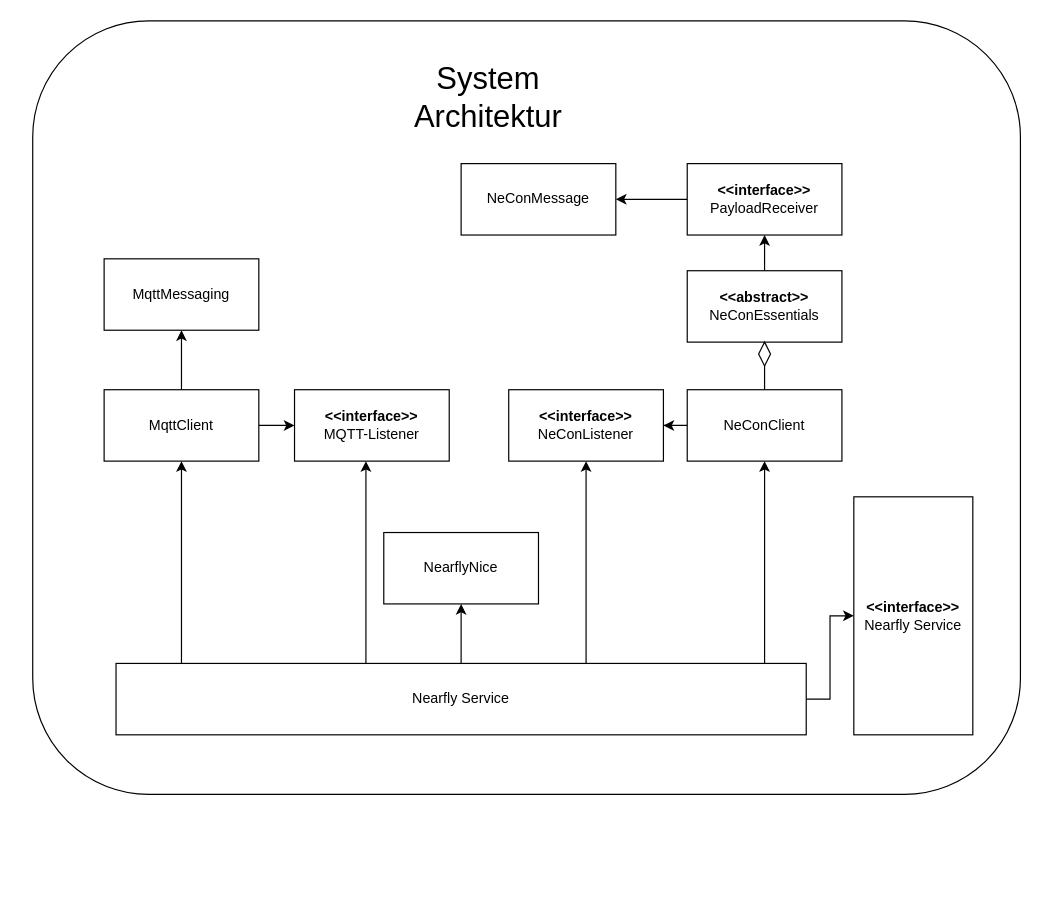
This is Diagramme/Systemarchitecture2.drawio from zettime/Nearfly-Android, a draw.io file, before an edit. Source tidied: cells renumbered, new cells numbered last; positions are measured from the earlier drawing's top-left corner, leaving out a move shared by most shapes. Both pictures are drawn from the tidied source at 119%, with x=0, y=0 at pixel (32, 20).
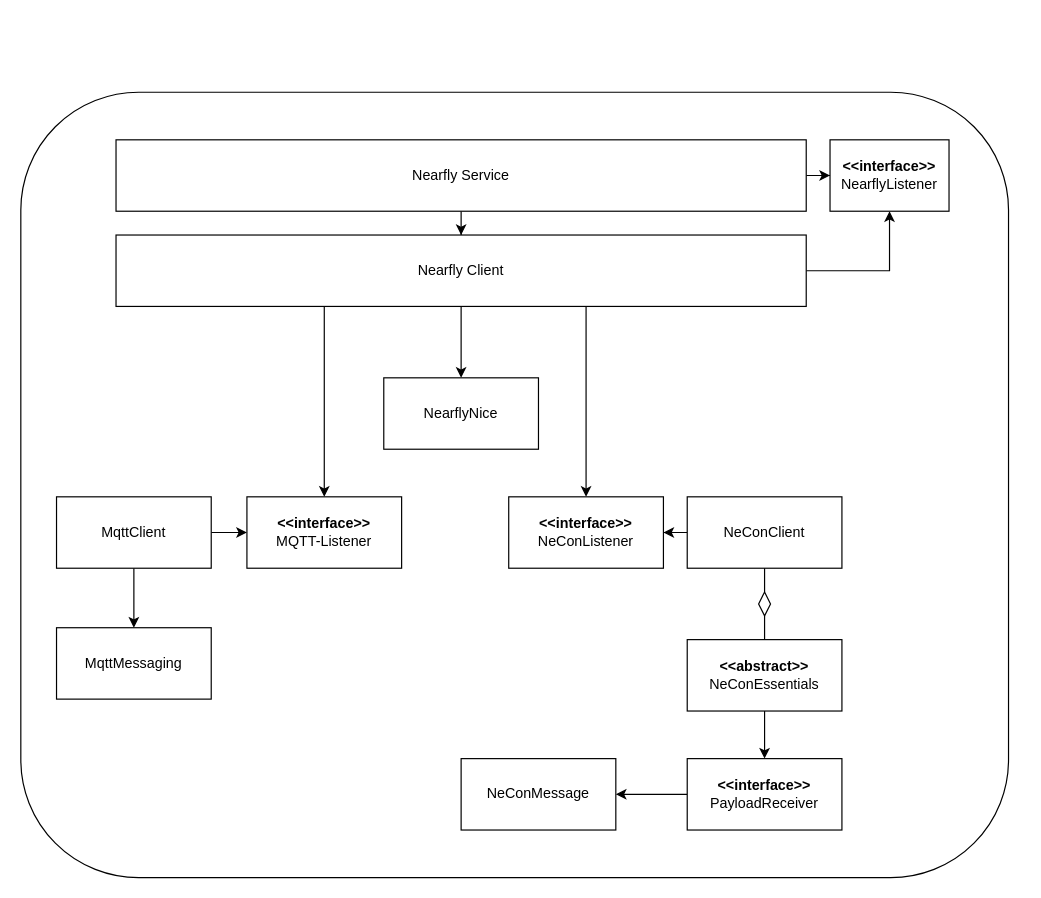
After the change.

What changed in the source:
```diff
@@
     <mxCell id="2" style="rounded=1;whiteSpace=wrap;html=1;" parent="1" vertex="1">
-      <mxGeometry width="830" height="650" as="geometry" />
+      <mxGeometry x="-10" y="60" width="830" height="660" as="geometry" />
     </mxCell>
-    <mxCell id="3" style="edgeStyle=orthogonalEdgeStyle;rounded=0;jettySize=auto;html=1;" parent="1" edge="1" source="9" target="13">
-      <mxGeometry relative="1" as="geometry">
-        <Array as="points">
-          <mxPoint x="125" y="480" />
-          <mxPoint x="125" y="480" />
-        </Array>
-      </mxGeometry>
-    </mxCell>
-    <mxCell id="4" style="edgeStyle=orthogonalEdgeStyle;rounded=0;jettySize=auto;html=1;" parent="1" edge="1" source="9" target="18">
-      <mxGeometry relative="1" as="geometry">
-        <Array as="points">
-          <mxPoint x="615" y="450" />
-          <mxPoint x="615" y="450" />
-        </Array>
-      </mxGeometry>
+    <mxCell id="4" style="edgeStyle=orthogonalEdgeStyle;rounded=0;orthogonalLoop=1;jettySize=auto;html=1;exitX=0.5;exitY=1;exitDx=0;exitDy=0;" parent="1" edge="1" source="18" target="18">
+      <mxGeometry relative="1" as="geometry" />
     </mxCell>
-    <mxCell id="5" style="edgeStyle=orthogonalEdgeStyle;rounded=0;jettySize=auto;html=1;" parent="1" edge="1" source="9" target="15">
-      <mxGeometry relative="1" as="geometry">
-        <Array as="points">
-          <mxPoint x="465" y="470" />
-          <mxPoint x="465" y="470" />
-        </Array>
-      </mxGeometry>
-    </mxCell>
-    <mxCell id="6" style="edgeStyle=orthogonalEdgeStyle;rounded=0;jettySize=auto;html=1;" parent="1" edge="1" source="9" target="10">
-      <mxGeometry relative="1" as="geometry">
-        <Array as="points">
-          <mxPoint x="280" y="480" />
-          <mxPoint x="280" y="480" />
-        </Array>
-      </mxGeometry>
-    </mxCell>
@@
+    <mxCell id="6" style="edgeStyle=orthogonalEdgeStyle;rounded=0;jettySize=auto;html=1;" parent="1" edge="1" source="9" target="10">
+      <mxGeometry relative="1" as="geometry">
+        <Array as="points">
+          <mxPoint x="245" y="280" />
+          <mxPoint x="245" y="280" />
+        </Array>
+      </mxGeometry>
+    </mxCell>
+    <mxCell id="5" style="edgeStyle=orthogonalEdgeStyle;rounded=0;jettySize=auto;html=1;" parent="1" edge="1" source="9" target="15">
+      <mxGeometry relative="1" as="geometry">
+        <Array as="points">
+          <mxPoint x="465" y="280" />
+          <mxPoint x="465" y="280" />
+        </Array>
+      </mxGeometry>
+    </mxCell>
-    <mxCell id="9" value="Nearfly Service" style="rounded=0;whiteSpace=wrap;html=1;" parent="1" vertex="1">
-      <mxGeometry x="70" y="540" width="580" height="60" as="geometry" />
+    <mxCell id="9" value="Nearfly Client" style="rounded=0;whiteSpace=wrap;html=1;" parent="1" vertex="1">
+      <mxGeometry x="70" y="180" width="580" height="60" as="geometry" />
     </mxCell>
     <mxCell id="10" value="&lt;b&gt;&amp;lt;&amp;lt;interface&amp;gt;&amp;gt;&lt;/b&gt;&lt;br&gt;MQTT-Listener" style="rounded=0;whiteSpace=wrap;html=1;" parent="1" vertex="1">
-      <mxGeometry x="220" y="310" width="130" height="60" as="geometry" />
+      <mxGeometry x="180" y="400" width="130" height="60" as="geometry" />
     </mxCell>
@@
-    <mxCell id="12" style="edgeStyle=orthogonalEdgeStyle;rounded=0;jettySize=auto;html=1;entryX=0.5;entryY=1;entryDx=0;entryDy=0;" parent="1" edge="1" source="13" target="14">
+    <mxCell id="12" style="edgeStyle=orthogonalEdgeStyle;rounded=0;jettySize=auto;html=1;" parent="1" edge="1" source="13" target="14">
       <mxGeometry relative="1" as="geometry" />
     </mxCell>
     <mxCell id="13" value="MqttClient" style="rounded=0;whiteSpace=wrap;html=1;" parent="1" vertex="1">
-      <mxGeometry x="60" y="310" width="130" height="60" as="geometry" />
+      <mxGeometry x="20" y="400" width="130" height="60" as="geometry" />
     </mxCell>
-    <mxCell id="14" value="MqttMessaging" style="rounded=0;whiteSpace=wrap;html=1;" parent="1" vertex="1">
-      <mxGeometry x="60" y="200" width="130" height="60" as="geometry" />
-    </mxCell>
     <mxCell id="15" value="&lt;b&gt;&amp;lt;&amp;lt;interface&amp;gt;&amp;gt;&lt;/b&gt;&lt;br&gt;NeConListener" style="rounded=0;whiteSpace=wrap;html=1;" parent="1" vertex="1">
-      <mxGeometry x="400" y="310" width="130" height="60" as="geometry" />
+      <mxGeometry x="400" y="400" width="130" height="60" as="geometry" />
     </mxCell>
@@
-    <mxCell id="17" style="edgeStyle=orthogonalEdgeStyle;rounded=0;jettySize=auto;html=1;entryX=0.5;entryY=1;entryDx=0;entryDy=0;endArrow=none;endFill=0;" parent="1" edge="1" source="18" target="26">
-      <mxGeometry relative="1" as="geometry" />
-    </mxCell>
     <mxCell id="18" value="NeConClient" style="rounded=0;whiteSpace=wrap;html=1;" parent="1" vertex="1">
-      <mxGeometry x="550" y="310" width="130" height="60" as="geometry" />
+      <mxGeometry x="550" y="400" width="130" height="60" as="geometry" />
     </mxCell>
@@
     <mxCell id="20" value="&lt;b&gt;&amp;lt;&amp;lt;abstract&amp;gt;&amp;gt;&lt;/b&gt;&lt;br&gt;NeConEssentials" style="rounded=0;whiteSpace=wrap;html=1;" parent="1" vertex="1">
-      <mxGeometry x="550" y="210" width="130" height="60" as="geometry" />
+      <mxGeometry x="550" y="520" width="130" height="60" as="geometry" />
     </mxCell>
-    <mxCell id="21" value="&lt;b&gt;&amp;lt;&amp;lt;interface&amp;gt;&amp;gt;&lt;br&gt;&lt;/b&gt;Nearfly Service" style="rounded=0;whiteSpace=wrap;html=1;" parent="1" vertex="1">
-      <mxGeometry x="690" y="400" width="100" height="200" as="geometry" />
+    <mxCell id="21" value="&lt;b&gt;&amp;lt;&amp;lt;interface&amp;gt;&amp;gt;&lt;br&gt;&lt;/b&gt;NearflyListener" style="rounded=0;whiteSpace=wrap;html=1;" parent="1" vertex="1">
+      <mxGeometry x="670" y="100" width="100" height="60" as="geometry" />
     </mxCell>
@@
     <mxCell id="23" value="&lt;b&gt;&amp;lt;&amp;lt;interface&amp;gt;&amp;gt;&lt;/b&gt;&lt;br&gt;PayloadReceiver" style="rounded=0;whiteSpace=wrap;html=1;" parent="1" vertex="1">
-      <mxGeometry x="550" y="120" width="130" height="60" as="geometry" />
+      <mxGeometry x="550" y="620" width="130" height="60" as="geometry" />
     </mxCell>
-    <mxCell id="24" value="&lt;font style=&quot;font-size: 26px&quot;&gt;System Architektur&lt;/font&gt;" style="text;html=1;strokeColor=none;fillColor=none;align=center;verticalAlign=middle;whiteSpace=wrap;rounded=0;" parent="1" vertex="1">
-      <mxGeometry x="290" y="20" width="186" height="90" as="geometry" />
-    </mxCell>
     <mxCell id="25" value="NeConMessage" style="rounded=0;whiteSpace=wrap;html=1;" parent="1" vertex="1">
-      <mxGeometry x="360" y="120" width="130" height="60" as="geometry" />
+      <mxGeometry x="360" y="620" width="130" height="60" as="geometry" />
     </mxCell>
+    <mxCell id="28" style="edgeStyle=orthogonalEdgeStyle;rounded=0;jettySize=auto;html=1;endArrow=none;endFill=0;" parent="1" edge="1" source="26" target="20">
+      <mxGeometry relative="1" as="geometry" />
+    </mxCell>
+    <mxCell id="29" style="edgeStyle=orthogonalEdgeStyle;rounded=0;jettySize=auto;html=1;entryX=0.5;entryY=1;entryDx=0;entryDy=0;endArrow=none;endFill=0;" parent="1" edge="1" source="26" target="18">
+      <mxGeometry relative="1" as="geometry" />
+    </mxCell>
     <mxCell id="26" style="rhombus;whiteSpace=wrap;html=1;" parent="1" vertex="1">
-      <mxGeometry x="610" y="270" width="10" height="20" as="geometry" />
+      <mxGeometry x="610" y="480" width="10" height="20" as="geometry" />
     </mxCell>
     <mxCell id="27" value="NearflyNice" style="rounded=0;whiteSpace=wrap;html=1;" parent="1" vertex="1">
-      <mxGeometry x="295" y="430" width="130" height="60" as="geometry" />
+      <mxGeometry x="295" y="300" width="130" height="60" as="geometry" />
     </mxCell>
+    <mxCell id="30" style="edgeStyle=orthogonalEdgeStyle;rounded=0;jettySize=auto;html=1;" parent="1" edge="1" source="32" target="9">
+      <mxGeometry relative="1" as="geometry" />
+    </mxCell>
+    <mxCell id="31" style="edgeStyle=orthogonalEdgeStyle;rounded=0;jettySize=auto;html=1;" parent="1" edge="1" source="32" target="21">
+      <mxGeometry relative="1" as="geometry" />
+    </mxCell>
+    <mxCell id="32" value="Nearfly Service" style="rounded=0;whiteSpace=wrap;html=1;" parent="1" vertex="1">
+      <mxGeometry x="70" y="100" width="580" height="60" as="geometry" />
+    </mxCell>
+    <mxCell id="14" value="MqttMessaging" style="rounded=0;whiteSpace=wrap;html=1;" parent="1" vertex="1">
+      <mxGeometry x="20" y="510" width="130" height="60" as="geometry" />
+    </mxCell>
```
